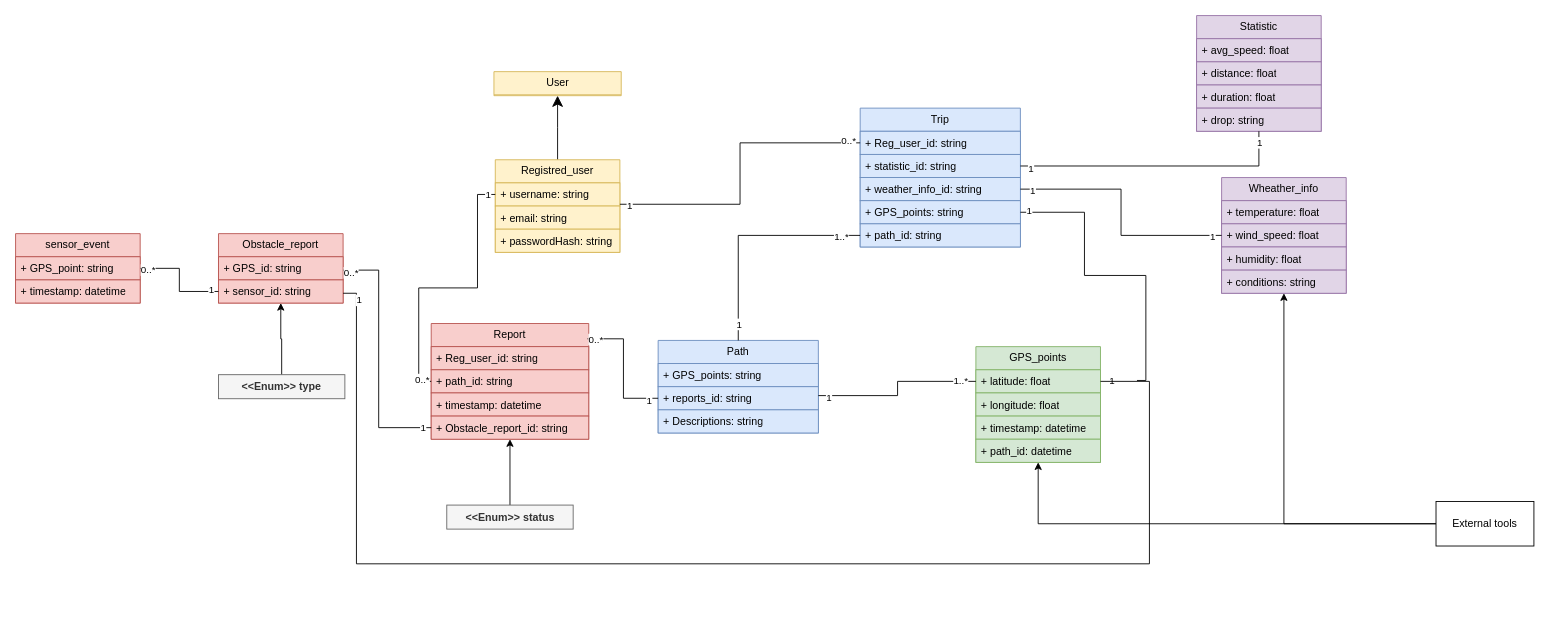
Earlier version of the draw.io diagram RASD/ClassDiagram.drawio (jacopobellosi/Bellosi-Montanelli-Tempobono). Source tidied: cells renumbered, new cells numbered last; positions are measured from the earlier drawing's top-left corner, leaving out a move shared by most shapes. Both pictures are drawn from the tidied source at 89%, with x=0, y=0 at pixel (15, 15).
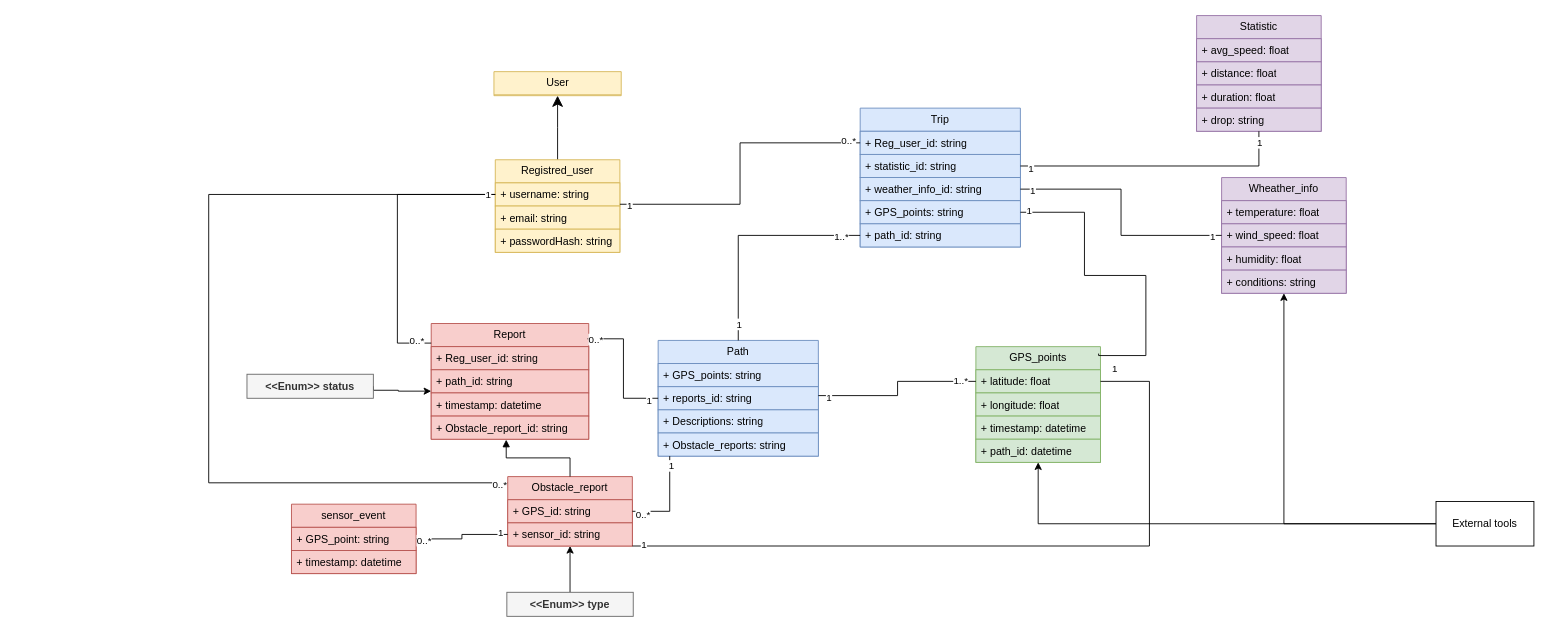
Above is the later version.

The change refers to these unchanged cells:
```xml
<mxCell id="4" value="Registred_user" style="swimlane;fontStyle=0;horizontal=1;startSize=26;fillColor=#fff2cc;whiteSpace=wrap;html=1;strokeColor=#d6b656;" parent="1" vertex="1">
  <mxGeometry x="539" y="162" width="140" height="104" as="geometry" />
</mxCell>
<mxCell id="12" value="+ GPS_points: string" style="text;strokeColor=#6c8ebf;fillColor=#dae8fc;align=left;verticalAlign=top;spacingLeft=4;spacingRight=4;overflow=hidden;points=[[0,0.5],[1,0.5]];portConstraint=eastwest;whiteSpace=wrap;html=1;" parent="8" vertex="1">
  <mxGeometry y="104" width="180" height="26" as="geometry" />
</mxCell>
<mxCell id="18" value="GPS_points" style="swimlane;fontStyle=0;horizontal=1;startSize=26;fillColor=#d5e8d4;whiteSpace=wrap;html=1;strokeColor=#82b366;" parent="1" vertex="1">
  <mxGeometry x="1079" y="372" width="140" height="130" as="geometry" />
</mxCell>
<mxCell id="23" value="Report" style="swimlane;fontStyle=0;horizontal=1;startSize=26;fillColor=#f8cecc;whiteSpace=wrap;html=1;strokeColor=#b85450;" parent="1" vertex="1">
  <mxGeometry x="467" y="346" width="177" height="130" as="geometry" />
</mxCell>
<mxCell id="27" value="+ Obstacle_report_id: string" style="text;strokeColor=#b85450;fillColor=#f8cecc;align=left;verticalAlign=top;spacingLeft=4;spacingRight=4;overflow=hidden;points=[[0,0.5],[1,0.5]];portConstraint=eastwest;whiteSpace=wrap;html=1;" parent="23" vertex="1">
  <mxGeometry y="104" width="177" height="26" as="geometry" />
</mxCell>
```

Diff of the diagram source:
```diff
@@
     <mxCell id="14" value="Path" style="swimlane;fontStyle=0;horizontal=1;startSize=26;fillColor=#dae8fc;whiteSpace=wrap;html=1;strokeColor=#6c8ebf;" parent="1" vertex="1">
-      <mxGeometry x="722" y="365" width="180" height="104" as="geometry" />
+      <mxGeometry x="722" y="365" width="180" height="130" as="geometry" />
     </mxCell>
@@
+    <mxCell id="83" value="+ Obstacle_reports: string" style="text;strokeColor=#6c8ebf;fillColor=#dae8fc;align=left;verticalAlign=top;spacingLeft=4;spacingRight=4;overflow=hidden;points=[[0,0.5],[1,0.5]];portConstraint=eastwest;whiteSpace=wrap;html=1;" parent="14" vertex="1">
+      <mxGeometry y="104" width="180" height="26" as="geometry" />
+    </mxCell>
@@
+    <mxCell id="84" style="edgeStyle=orthogonalEdgeStyle;rounded=0;jettySize=auto;html=1;endArrow=none;endFill=0;" parent="1" edge="1" source="28" target="4">
+      <mxGeometry relative="1" as="geometry">
+        <Array as="points">
+          <mxPoint x="217" y="525" />
+          <mxPoint x="217" y="201" />
+        </Array>
+      </mxGeometry>
+    </mxCell>
+    <mxCell id="85" value="0..*" style="edgeLabel;html=1;align=center;verticalAlign=middle;" parent="84" vertex="1">
+      <mxGeometry x="-0.98" y="1" relative="1" as="geometry" />
+    </mxCell>
     <mxCell id="28" value="Obstacle_report" style="swimlane;fontStyle=0;horizontal=1;startSize=26;fillColor=#f8cecc;whiteSpace=wrap;html=1;strokeColor=#b85450;" parent="1" vertex="1">
-      <mxGeometry x="228" y="245" width="140" height="78" as="geometry" />
+      <mxGeometry x="553" y="518" width="140" height="78" as="geometry" />
     </mxCell>
@@
     <mxCell id="31" value="sensor_event" style="swimlane;fontStyle=0;horizontal=1;startSize=26;fillColor=#f8cecc;whiteSpace=wrap;html=1;strokeColor=#b85450;" parent="1" vertex="1">
-      <mxGeometry y="245" width="140" height="78" as="geometry" />
+      <mxGeometry x="310" y="549" width="140" height="78" as="geometry" />
     </mxCell>
@@
-    <mxCell id="56" style="edgeStyle=orthogonalEdgeStyle;rounded=0;jettySize=auto;html=1;entryX=1;entryY=0.5;entryDx=0;entryDy=0;endArrow=none;endFill=0;" parent="1" edge="1" source="12">
+    <mxCell id="56" style="edgeStyle=orthogonalEdgeStyle;rounded=0;jettySize=auto;html=1;entryX=0.985;entryY=0.06;entryDx=0;entryDy=0;endArrow=none;endFill=0;entryPerimeter=0;" parent="1" edge="1" source="12" target="18">
       <mxGeometry relative="1" as="geometry">
-        <mxPoint x="1260" y="410" as="targetPoint" />
         <Array as="points">
           <mxPoint x="1201" y="221" />
           <mxPoint x="1201" y="292" />
           <mxPoint x="1270" y="292" />
-          <mxPoint x="1270" y="410" />
+          <mxPoint x="1270" y="382" />
+          <mxPoint x="1217" y="382" />
         </Array>
       </mxGeometry>
     </mxCell>
@@
     <mxCell id="58" value="1" style="edgeLabel;html=1;align=center;verticalAlign=middle;" parent="56" vertex="1">
       <mxGeometry x="0.92" relative="1" as="geometry">
-        <mxPoint x="-39" y="3" as="offset" />
+        <mxPoint x="5" y="14" as="offset" />
       </mxGeometry>
     </mxCell>
@@
-    <mxCell id="62" style="edgeStyle=orthogonalEdgeStyle;rounded=0;jettySize=auto;html=1;" parent="1" edge="1" source="63" target="23">
-      <mxGeometry relative="1" as="geometry" />
+    <mxCell id="62" style="edgeStyle=orthogonalEdgeStyle;rounded=0;jettySize=auto;html=1;exitX=1;exitY=0.5;exitDx=0;exitDy=0;" parent="1" edge="1" source="63" target="23">
+      <mxGeometry relative="1" as="geometry">
+        <Array as="points">
+          <mxPoint x="402" y="421" />
+          <mxPoint x="430" y="421" />
+          <mxPoint x="430" y="422" />
+        </Array>
+      </mxGeometry>
     </mxCell>
     <mxCell id="63" value="&lt;b&gt;&amp;lt;&amp;lt;Enum&amp;gt;&amp;gt;&amp;nbsp;status&lt;/b&gt;" style="html=1;whiteSpace=wrap;fillColor=#f5f5f5;fontColor=#333333;strokeColor=#666666;" parent="1" vertex="1">
-      <mxGeometry x="484.5" y="550" width="142" height="27" as="geometry" />
+      <mxGeometry x="260" y="403" width="142" height="27" as="geometry" />
     </mxCell>
-    <mxCell id="64" style="edgeStyle=orthogonalEdgeStyle;rounded=0;jettySize=auto;html=1;endArrow=none;endFill=0;" parent="1" edge="1" source="27" target="28">
-      <mxGeometry relative="1" as="geometry">
-        <Array as="points">
-          <mxPoint x="408" y="463" />
-          <mxPoint x="408" y="286" />
-        </Array>
-      </mxGeometry>
-    </mxCell>
-    <mxCell id="65" value="0..*" style="edgeLabel;html=1;align=center;verticalAlign=middle;" parent="64" vertex="1">
-      <mxGeometry x="0.94" y="2" relative="1" as="geometry" />
-    </mxCell>
-    <mxCell id="66" value="1" style="edgeLabel;html=1;align=center;verticalAlign=middle;" parent="64" vertex="1">
-      <mxGeometry x="-0.93" y="-1" relative="1" as="geometry" />
-    </mxCell>
@@
     <mxCell id="68" value="&lt;b&gt;&amp;lt;&amp;lt;Enum&amp;gt;&amp;gt; type&lt;/b&gt;" style="html=1;whiteSpace=wrap;fillColor=#f5f5f5;fontColor=#333333;strokeColor=#666666;" parent="1" vertex="1">
-      <mxGeometry x="228" y="403.5" width="142" height="27" as="geometry" />
+      <mxGeometry x="552" y="648" width="142" height="27" as="geometry" />
     </mxCell>
@@
     <mxCell id="75" style="edgeStyle=orthogonalEdgeStyle;rounded=0;jettySize=auto;html=1;endArrow=none;endFill=0;" parent="1" edge="1" source="23">
       <mxGeometry relative="1" as="geometry">
         <mxPoint x="539" y="201" as="targetPoint" />
         <Array as="points">
-          <mxPoint x="453" y="411" />
-          <mxPoint x="453" y="306" />
-          <mxPoint x="519" y="306" />
-          <mxPoint x="519" y="201" />
+          <mxPoint x="429" y="368" />
+          <mxPoint x="429" y="201" />
         </Array>
       </mxGeometry>
     </mxCell>
@@
     <mxCell id="78" style="edgeStyle=orthogonalEdgeStyle;rounded=0;jettySize=auto;html=1;endArrow=none;endFill=0;" parent="1" edge="1" source="28" target="18">
       <mxGeometry relative="1" as="geometry">
         <Array as="points">
-          <mxPoint x="383" y="312" />
-          <mxPoint x="383" y="616" />
-          <mxPoint x="1274" y="616" />
+          <mxPoint x="1274" y="596" />
           <mxPoint x="1274" y="411" />
         </Array>
       </mxGeometry>
     </mxCell>
@@
+    <mxCell id="86" style="edgeStyle=orthogonalEdgeStyle;rounded=0;jettySize=auto;html=1;endArrow=none;endFill=0;" parent="1" edge="1" source="83" target="28">
+      <mxGeometry relative="1" as="geometry">
+        <Array as="points">
+          <mxPoint x="735" y="557" />
+        </Array>
+      </mxGeometry>
+    </mxCell>
+    <mxCell id="87" value="0..*" style="edgeLabel;html=1;align=center;verticalAlign=middle;" parent="86" vertex="1">
+      <mxGeometry x="0.78" y="3" relative="1" as="geometry" />
+    </mxCell>
+    <mxCell id="66" value="1" style="edgeLabel;html=1;align=center;verticalAlign=middle;" parent="86" vertex="1">
+      <mxGeometry x="-0.8" y="1" relative="1" as="geometry" />
+    </mxCell>
+    <mxCell id="88" style="edgeStyle=orthogonalEdgeStyle;rounded=0;jettySize=auto;html=1;entryX=0.476;entryY=1.019;entryDx=0;entryDy=0;entryPerimeter=0;endArrow=block;endFill=1;" parent="1" edge="1" source="28" target="27">
+      <mxGeometry relative="1" as="geometry" />
+    </mxCell>
```
